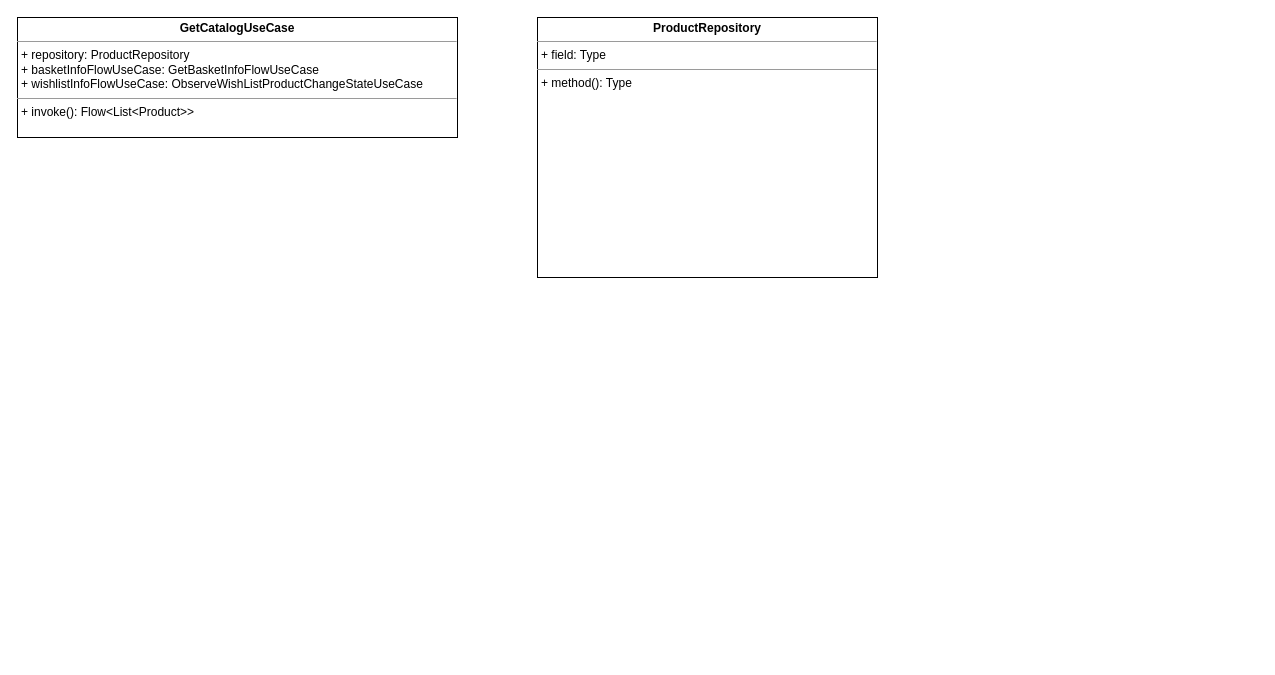
The draw.io diagram Каталог.drawio in ShiryaevNikolay/diagrams, before the edit. Source tidied: cells renumbered, new cells numbered last; positions are measured from the earlier drawing's top-left corner, leaving out a move shared by most shapes. Both pictures are drawn from the tidied source at 100%, with x=0, y=0 at pixel (17, 17).
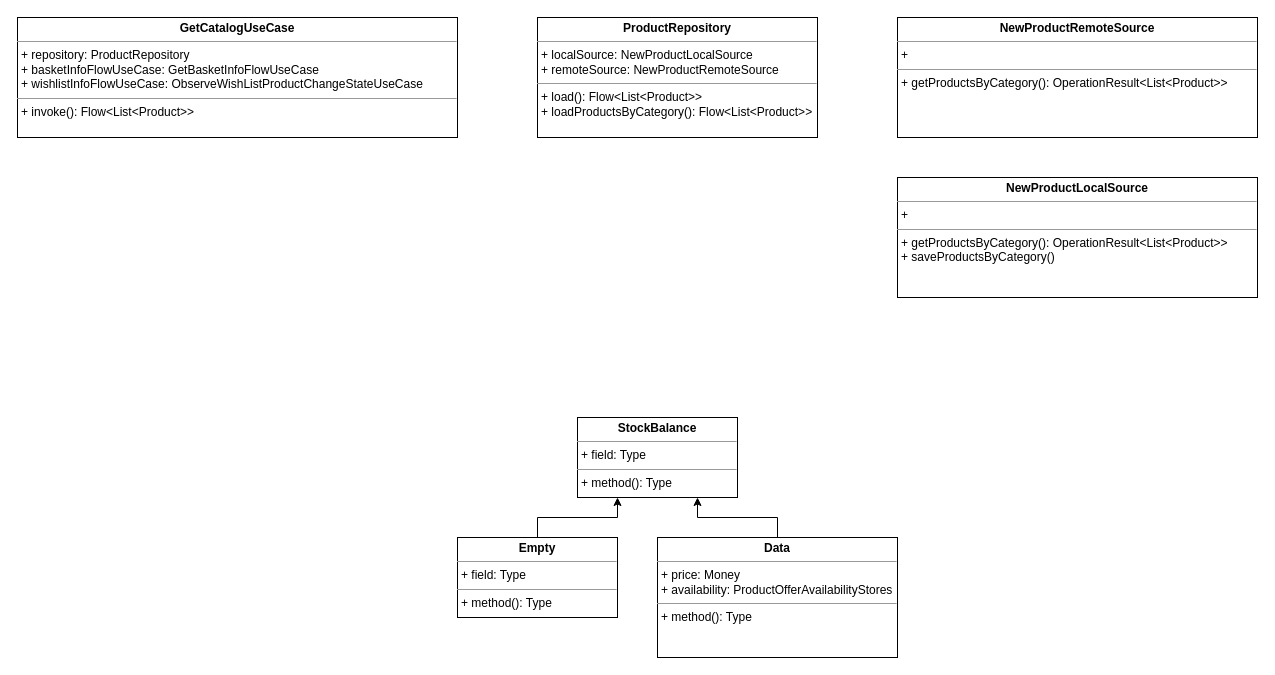
After the change.

Diff of the diagram source:
```diff
@@
 <mxGraphModel>
   <root>
     <mxCell id="0" />
     <mxCell id="1" parent="0" />
     <mxCell id="2" value="&lt;p style=&quot;margin:0px;margin-top:4px;text-align:center;&quot;&gt;&lt;b&gt;GetCatalogUseCase&lt;/b&gt;&lt;/p&gt;&lt;hr size=&quot;1&quot;&gt;&lt;p style=&quot;margin:0px;margin-left:4px;&quot;&gt;+ repository: ProductRepository&lt;br&gt;&lt;/p&gt;&lt;p style=&quot;margin:0px;margin-left:4px;&quot;&gt;+ basketInfoFlowUseCase: GetBasketInfoFlowUseCase&lt;/p&gt;&lt;p style=&quot;margin:0px;margin-left:4px;&quot;&gt;+ wishlistInfoFlowUseCase: ObserveWishListProductChangeStateUseCase&lt;br&gt;&lt;/p&gt;&lt;hr size=&quot;1&quot;&gt;&lt;p style=&quot;margin:0px;margin-left:4px;&quot;&gt;+ invoke(): Flow&amp;lt;List&amp;lt;Product&amp;gt;&amp;gt;&lt;/p&gt;" style="verticalAlign=top;align=left;overflow=fill;fontSize=12;fontFamily=Helvetica;html=1;whiteSpace=wrap;" parent="1" vertex="1">
       <mxGeometry width="440" height="120" as="geometry" />
     </mxCell>
-    <mxCell id="3" value="&lt;p style=&quot;margin:0px;margin-top:4px;text-align:center;&quot;&gt;&lt;b&gt;ProductRepository&lt;/b&gt;&lt;/p&gt;&lt;hr size=&quot;1&quot;&gt;&lt;p style=&quot;margin:0px;margin-left:4px;&quot;&gt;+ field: Type&lt;/p&gt;&lt;hr size=&quot;1&quot;&gt;&lt;p style=&quot;margin:0px;margin-left:4px;&quot;&gt;+ method(): Type&lt;/p&gt;" style="verticalAlign=top;align=left;overflow=fill;fontSize=12;fontFamily=Helvetica;html=1;whiteSpace=wrap;" parent="1" vertex="1">
-      <mxGeometry x="520" width="340" height="260" as="geometry" />
+    <mxCell id="3" value="&lt;p style=&quot;margin:0px;margin-top:4px;text-align:center;&quot;&gt;&lt;b&gt;ProductRepository&lt;/b&gt;&lt;/p&gt;&lt;hr size=&quot;1&quot;&gt;&lt;p style=&quot;margin:0px;margin-left:4px;&quot;&gt;+ localSource: NewProductLocalSource&lt;/p&gt;&lt;p style=&quot;margin:0px;margin-left:4px;&quot;&gt;+ remoteSource: NewProductRemoteSource&lt;br&gt;&lt;/p&gt;&lt;hr size=&quot;1&quot;&gt;&lt;p style=&quot;margin:0px;margin-left:4px;&quot;&gt;+ load(): Flow&amp;lt;List&amp;lt;Product&amp;gt;&amp;gt;&lt;/p&gt;&lt;p style=&quot;margin:0px;margin-left:4px;&quot;&gt;+ loadProductsByCategory(): Flow&amp;lt;List&amp;lt;Product&amp;gt;&amp;gt;&lt;br&gt;&lt;/p&gt;" style="verticalAlign=top;align=left;overflow=fill;fontSize=12;fontFamily=Helvetica;html=1;whiteSpace=wrap;" parent="1" vertex="1">
+      <mxGeometry x="520" width="280" height="120" as="geometry" />
     </mxCell>
+    <mxCell id="4" value="&lt;p style=&quot;margin:0px;margin-top:4px;text-align:center;&quot;&gt;&lt;b&gt;NewProductRemoteSource&lt;/b&gt;&lt;/p&gt;&lt;hr size=&quot;1&quot;&gt;&lt;p style=&quot;margin:0px;margin-left:4px;&quot;&gt;+ &lt;br&gt;&lt;/p&gt;&lt;hr size=&quot;1&quot;&gt;&lt;p style=&quot;margin:0px;margin-left:4px;&quot;&gt;+ getProductsByCategory(): OperationResult&amp;lt;List&amp;lt;Product&amp;gt;&amp;gt;&lt;/p&gt;" style="verticalAlign=top;align=left;overflow=fill;fontSize=12;fontFamily=Helvetica;html=1;whiteSpace=wrap;" parent="1" vertex="1">
+      <mxGeometry x="880" width="360" height="120" as="geometry" />
+    </mxCell>
+    <mxCell id="5" value="&lt;p style=&quot;margin:0px;margin-top:4px;text-align:center;&quot;&gt;&lt;b&gt;NewProductLocalSource&lt;/b&gt;&lt;/p&gt;&lt;hr size=&quot;1&quot;&gt;&lt;p style=&quot;margin:0px;margin-left:4px;&quot;&gt;+ &lt;br&gt;&lt;/p&gt;&lt;hr size=&quot;1&quot;&gt;&lt;p style=&quot;margin:0px;margin-left:4px;&quot;&gt;+ getProductsByCategory(): OperationResult&amp;lt;List&amp;lt;Product&amp;gt;&amp;gt;&lt;/p&gt;&lt;p style=&quot;margin:0px;margin-left:4px;&quot;&gt;+ saveProductsByCategory()&lt;/p&gt;" style="verticalAlign=top;align=left;overflow=fill;fontSize=12;fontFamily=Helvetica;html=1;whiteSpace=wrap;" parent="1" vertex="1">
+      <mxGeometry x="880" y="160" width="360" height="120" as="geometry" />
+    </mxCell>
+    <mxCell id="6" value="&lt;p style=&quot;margin:0px;margin-top:4px;text-align:center;&quot;&gt;&lt;b&gt;StockBalance&lt;/b&gt;&lt;/p&gt;&lt;hr size=&quot;1&quot;&gt;&lt;p style=&quot;margin:0px;margin-left:4px;&quot;&gt;+ field: Type&lt;/p&gt;&lt;hr size=&quot;1&quot;&gt;&lt;p style=&quot;margin:0px;margin-left:4px;&quot;&gt;+ method(): Type&lt;/p&gt;" style="verticalAlign=top;align=left;overflow=fill;fontSize=12;fontFamily=Helvetica;html=1;whiteSpace=wrap;" parent="1" vertex="1">
+      <mxGeometry x="560" y="400" width="160" height="80" as="geometry" />
+    </mxCell>
+    <mxCell id="7" style="edgeStyle=orthogonalEdgeStyle;rounded=0;jettySize=auto;html=1;entryX=0.25;entryY=1;entryDx=0;entryDy=0;" parent="1" edge="1" source="8" target="6">
+      <mxGeometry relative="1" as="geometry" />
+    </mxCell>
+    <mxCell id="8" value="&lt;p style=&quot;margin:0px;margin-top:4px;text-align:center;&quot;&gt;&lt;b&gt;Empty&lt;/b&gt;&lt;/p&gt;&lt;hr size=&quot;1&quot;&gt;&lt;p style=&quot;margin:0px;margin-left:4px;&quot;&gt;+ field: Type&lt;/p&gt;&lt;hr size=&quot;1&quot;&gt;&lt;p style=&quot;margin:0px;margin-left:4px;&quot;&gt;+ method(): Type&lt;/p&gt;" style="verticalAlign=top;align=left;overflow=fill;fontSize=12;fontFamily=Helvetica;html=1;whiteSpace=wrap;" parent="1" vertex="1">
+      <mxGeometry x="440" y="520" width="160" height="80" as="geometry" />
+    </mxCell>
+    <mxCell id="9" style="edgeStyle=orthogonalEdgeStyle;rounded=0;jettySize=auto;html=1;entryX=0.75;entryY=1;entryDx=0;entryDy=0;" parent="1" edge="1" source="10" target="6">
+      <mxGeometry relative="1" as="geometry" />
+    </mxCell>
+    <mxCell id="10" value="&lt;p style=&quot;margin:0px;margin-top:4px;text-align:center;&quot;&gt;&lt;b&gt;Data&lt;/b&gt;&lt;/p&gt;&lt;hr size=&quot;1&quot;&gt;&lt;p style=&quot;margin:0px;margin-left:4px;&quot;&gt;+ price: Money&lt;/p&gt;&lt;p style=&quot;margin:0px;margin-left:4px;&quot;&gt;+ availability: ProductOfferAvailabilityStores&lt;br&gt;&lt;/p&gt;&lt;hr size=&quot;1&quot;&gt;&lt;p style=&quot;margin:0px;margin-left:4px;&quot;&gt;+ method(): Type&lt;/p&gt;" style="verticalAlign=top;align=left;overflow=fill;fontSize=12;fontFamily=Helvetica;html=1;whiteSpace=wrap;" parent="1" vertex="1">
+      <mxGeometry x="640" y="520" width="240" height="120" as="geometry" />
+    </mxCell>
   </root>
 </mxGraphModel>
```
